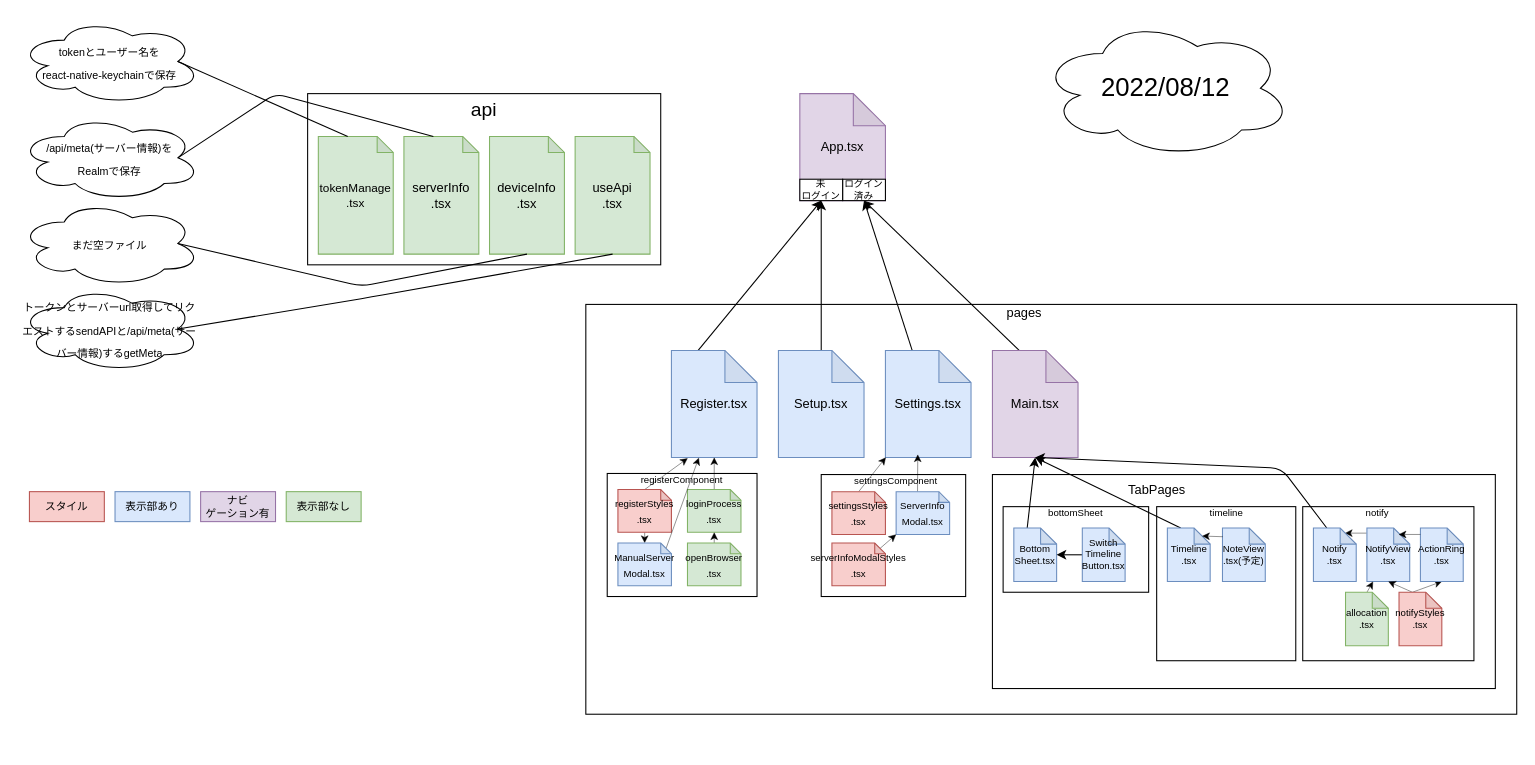
Above: structure.drawio in 0-a-e/Pingheng (draw.io), before the change. Source tidied: cells renumbered, new cells numbered last; positions are measured from the earlier drawing's top-left corner, leaving out a move shared by most shapes. Both pictures are drawn from the tidied source at 107%, with x=0, y=0 at pixel (18, 18).
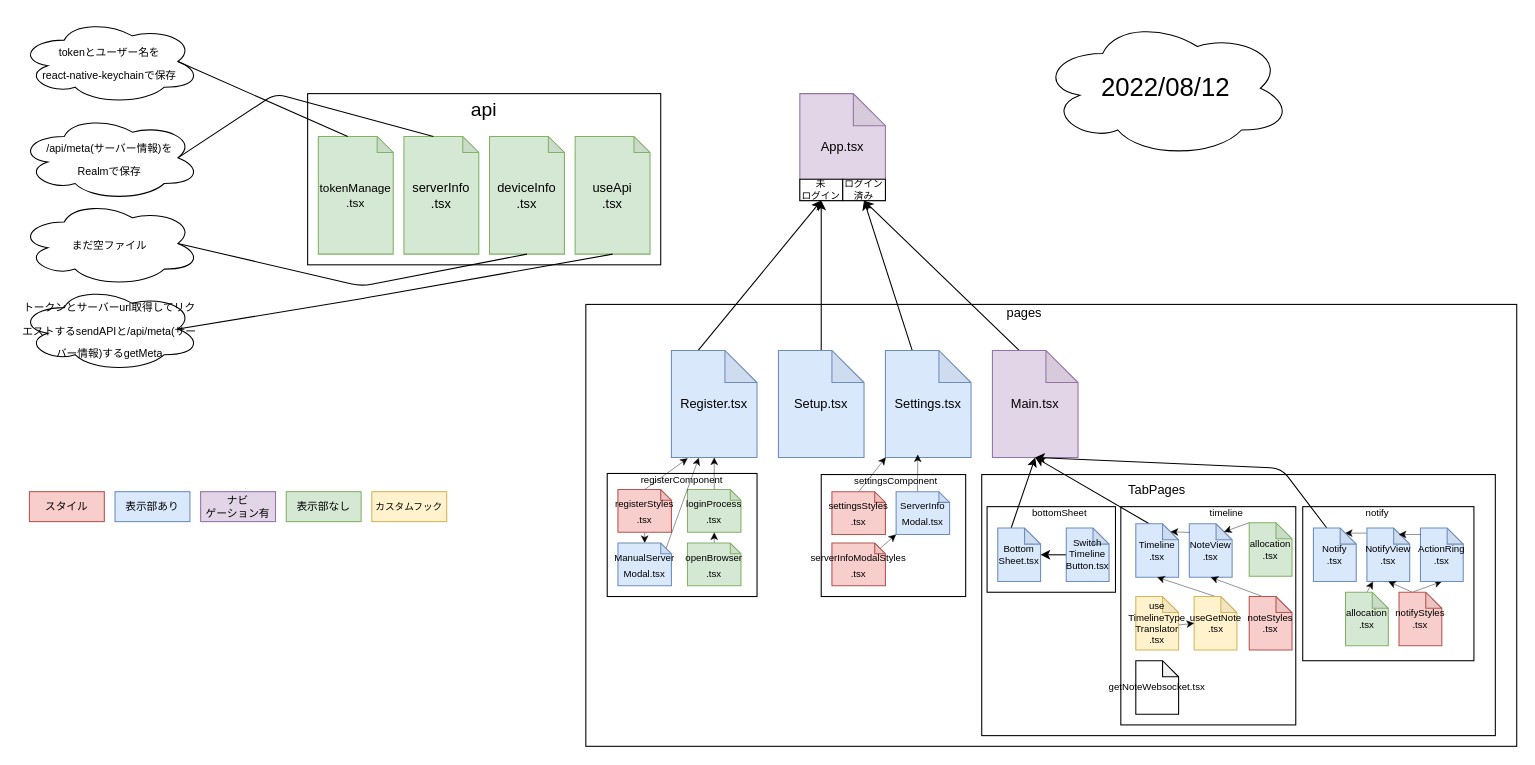
Above is the later version.

Diff of the diagram source:
```diff
@@
     <mxCell id="2" style="rounded=0;whiteSpace=wrap;html=1;" parent="1" vertex="1">
-      <mxGeometry x="530" y="267" width="870" height="383" as="geometry" />
+      <mxGeometry x="530" y="267" width="870" height="413" as="geometry" />
     </mxCell>
@@
     <mxCell id="4" style="rounded=0;whiteSpace=wrap;html=1;" parent="1" vertex="1">
-      <mxGeometry x="910" y="426" width="470" height="200" as="geometry" />
+      <mxGeometry x="900" y="426" width="480" height="244" as="geometry" />
     </mxCell>
@@
     <mxCell id="15" style="rounded=0;whiteSpace=wrap;html=1;fontSize=12;" parent="1" vertex="1">
-      <mxGeometry x="920" y="456" width="136" height="80" as="geometry" />
+      <mxGeometry x="905" y="456" width="120" height="80" as="geometry" />
     </mxCell>
     <mxCell id="16" value="&lt;font style=&quot;font-size: 9px&quot;&gt;bottomSheet&lt;/font&gt;" style="text;html=1;strokeColor=none;fillColor=none;align=center;verticalAlign=middle;whiteSpace=wrap;rounded=0;fontSize=12;" parent="1" vertex="1">
-      <mxGeometry x="958" y="446" width="60" height="30" as="geometry" />
+      <mxGeometry x="943" y="446" width="60" height="30" as="geometry" />
     </mxCell>
@@
     <mxCell id="18" value="Bottom&lt;br&gt;Sheet.tsx" style="shape=note;whiteSpace=wrap;html=1;backgroundOutline=1;darkOpacity=0.05;fontSize=9;size=15;fillColor=#dae8fc;strokeColor=#6c8ebf;" parent="1" vertex="1">
-      <mxGeometry x="930" y="476" width="40" height="50" as="geometry" />
+      <mxGeometry x="915" y="476" width="40" height="50" as="geometry" />
     </mxCell>
@@
     <mxCell id="20" value="Switch&lt;br&gt;Timeline&lt;br&gt;Button.tsx" style="shape=note;whiteSpace=wrap;html=1;backgroundOutline=1;darkOpacity=0.05;fontSize=9;size=15;fillColor=#dae8fc;strokeColor=#6c8ebf;" parent="1" vertex="1">
-      <mxGeometry x="994" y="476" width="40" height="50" as="geometry" />
+      <mxGeometry x="979" y="476" width="40" height="50" as="geometry" />
     </mxCell>
     <mxCell id="21" style="rounded=0;whiteSpace=wrap;html=1;fontSize=9;" parent="1" vertex="1">
-      <mxGeometry x="1063.5" y="456" width="130" height="144" as="geometry" />
+      <mxGeometry x="1030" y="456" width="163.5" height="204" as="geometry" />
     </mxCell>
@@
     <mxCell id="23" value="Timeline&lt;br&gt;.tsx" style="shape=note;whiteSpace=wrap;html=1;backgroundOutline=1;darkOpacity=0.05;fontSize=9;size=15;fillColor=#dae8fc;strokeColor=#6c8ebf;" parent="1" vertex="1">
-      <mxGeometry x="1073.5" y="476" width="40" height="50" as="geometry" />
+      <mxGeometry x="1044" y="472" width="40" height="50" as="geometry" />
     </mxCell>
@@
-    <mxCell id="63" value="NoteView&lt;br&gt;.tsx(予定)" style="shape=note;whiteSpace=wrap;html=1;backgroundOutline=1;darkOpacity=0.05;fontSize=9;size=15;fillColor=#dae8fc;strokeColor=#6c8ebf;" parent="1" vertex="1">
-      <mxGeometry x="1125" y="476" width="40" height="50" as="geometry" />
+    <mxCell id="63" value="NoteView&lt;br&gt;.tsx" style="shape=note;whiteSpace=wrap;html=1;backgroundOutline=1;darkOpacity=0.05;fontSize=9;size=15;fillColor=#dae8fc;strokeColor=#6c8ebf;" parent="1" vertex="1">
+      <mxGeometry x="1094" y="472" width="40" height="50" as="geometry" />
     </mxCell>
@@
+    <mxCell id="80" style="edgeStyle=none;html=1;exitX=0;exitY=0;exitDx=12.5;exitDy=0;exitPerimeter=0;entryX=0.5;entryY=1;entryDx=0;entryDy=0;entryPerimeter=0;strokeWidth=0.4;" parent="1" edge="1" source="81" target="63">
+      <mxGeometry relative="1" as="geometry" />
+    </mxCell>
+    <mxCell id="81" value="noteStyles&lt;br&gt;.tsx" style="shape=note;whiteSpace=wrap;html=1;backgroundOutline=1;darkOpacity=0.05;fontSize=9;size=15;fillColor=#f8cecc;strokeColor=#b85450;" parent="1" vertex="1">
+      <mxGeometry x="1150" y="540" width="40" height="50" as="geometry" />
+    </mxCell>
+    <mxCell id="82" style="edgeStyle=none;html=1;exitX=0.5;exitY=0;exitDx=0;exitDy=0;exitPerimeter=0;entryX=0.5;entryY=1;entryDx=0;entryDy=0;entryPerimeter=0;fontSize=9;strokeWidth=0.4;" parent="1" edge="1" source="83" target="23">
+      <mxGeometry relative="1" as="geometry" />
+    </mxCell>
+    <mxCell id="83" value="useGetNote&lt;br&gt;.tsx" style="shape=note;whiteSpace=wrap;html=1;backgroundOutline=1;darkOpacity=0.05;fontSize=9;size=15;fillColor=#fff2cc;strokeColor=#d6b656;" parent="1" vertex="1">
+      <mxGeometry x="1098.5" y="540" width="40" height="50" as="geometry" />
+    </mxCell>
+    <mxCell id="84" value="&lt;font style=&quot;font-size: 9px&quot;&gt;カスタムフック&lt;/font&gt;" style="rounded=0;whiteSpace=wrap;html=1;fontSize=10;fillColor=#fff2cc;strokeColor=#d6b656;" parent="1" vertex="1">
+      <mxGeometry x="330" y="442" width="70" height="28" as="geometry" />
+    </mxCell>
+    <mxCell id="85" style="edgeStyle=none;html=1;exitX=1;exitY=0.533;exitDx=0;exitDy=0;exitPerimeter=0;entryX=0;entryY=0.5;entryDx=0;entryDy=0;entryPerimeter=0;fontSize=9;strokeWidth=0.4;" parent="1" edge="1" source="86" target="83">
+      <mxGeometry relative="1" as="geometry" />
+    </mxCell>
+    <mxCell id="86" value="use&lt;br&gt;TimelineType&lt;br&gt;Translator&lt;br&gt;.tsx" style="shape=note;whiteSpace=wrap;html=1;backgroundOutline=1;darkOpacity=0.05;fontSize=9;size=15;fillColor=#fff2cc;strokeColor=#d6b656;" parent="1" vertex="1">
+      <mxGeometry x="1044" y="540" width="40" height="50" as="geometry" />
+    </mxCell>
+    <mxCell id="87" value="getNoteWebsocket.tsx" style="shape=note;whiteSpace=wrap;html=1;backgroundOutline=1;darkOpacity=0.05;fontSize=9;size=15;" parent="1" vertex="1">
+      <mxGeometry x="1044" y="600" width="40" height="50" as="geometry" />
+    </mxCell>
+    <mxCell id="88" style="edgeStyle=none;html=1;exitX=0;exitY=0;exitDx=0;exitDy=0;exitPerimeter=0;entryX=0;entryY=0;entryDx=32.5;entryDy=7.5;entryPerimeter=0;fontSize=9;strokeWidth=0.4;" parent="1" edge="1" source="89" target="63">
+      <mxGeometry relative="1" as="geometry" />
+    </mxCell>
+    <mxCell id="89" value="allocation&lt;br&gt;.tsx" style="shape=note;whiteSpace=wrap;html=1;backgroundOutline=1;darkOpacity=0.05;fontSize=9;size=15;fillColor=#d5e8d4;strokeColor=#82b366;" parent="1" vertex="1">
+      <mxGeometry x="1150" y="471" width="40" height="50" as="geometry" />
+    </mxCell>
```
